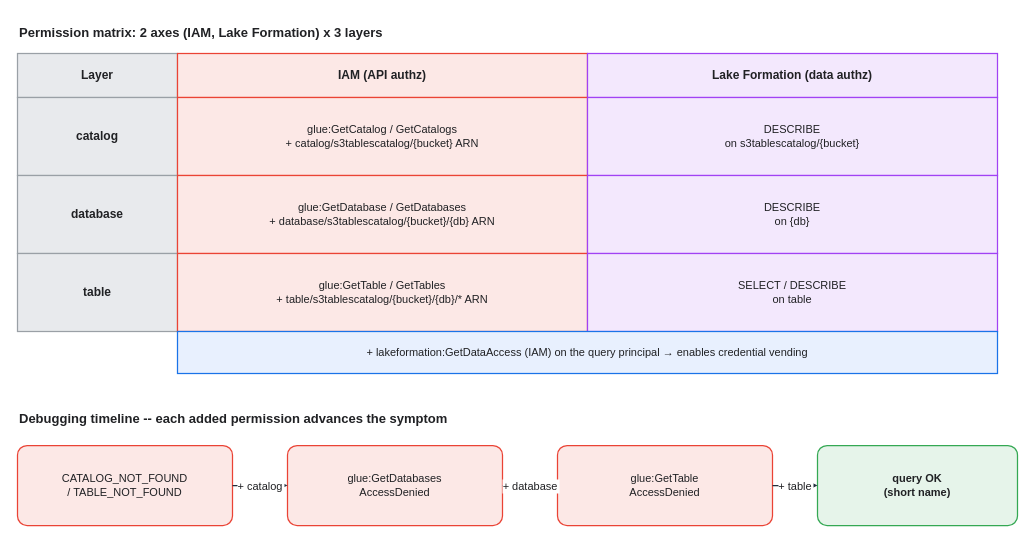
Above: assets/img/aws/analytics-stack-08-lf-permissions.drawio in KKamJi98/kkamji98.github.io (draw.io), before the change. Source tidied: cells renumbered, new cells numbered last; positions are measured from the earlier drawing's top-left corner, leaving out a move shared by most shapes. Both pictures are drawn from the tidied source at 100%, with x=0, y=0 at pixel (17, 17).
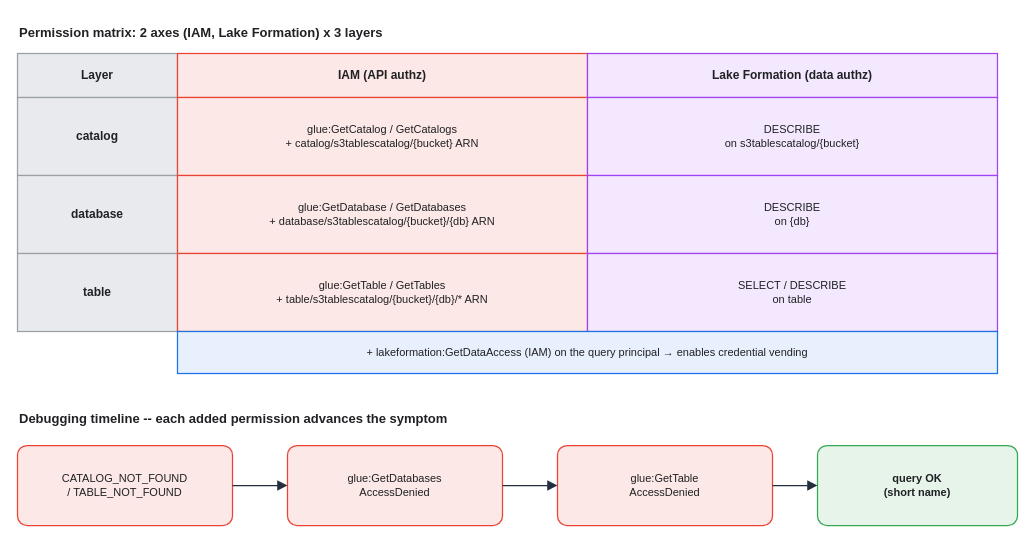
Above is the later version.

The change refers to these unchanged cells:
```xml
<mxCell id="17" value="CATALOG_NOT_FOUND&#10;/ TABLE_NOT_FOUND" style="rounded=1;whiteSpace=wrap;html=0;arcSize=12;shadow=0;fillColor=#FCE8E6;strokeColor=#EA4335;fontColor=#202124;fontSize=11;strokeWidth=1.25;" parent="1" vertex="1">
  <mxGeometry y="428" width="215" height="80" as="geometry" />
</mxCell>
<mxCell id="18" value="glue:GetDatabases&#10;AccessDenied" style="rounded=1;whiteSpace=wrap;html=0;arcSize=12;shadow=0;fillColor=#FCE8E6;strokeColor=#EA4335;fontColor=#202124;fontSize=11;strokeWidth=1.25;" parent="1" vertex="1">
  <mxGeometry x="270" y="428" width="215" height="80" as="geometry" />
</mxCell>
<mxCell id="19" value="glue:GetTable&#10;AccessDenied" style="rounded=1;whiteSpace=wrap;html=0;arcSize=12;shadow=0;fillColor=#FCE8E6;strokeColor=#EA4335;fontColor=#202124;fontSize=11;strokeWidth=1.25;" parent="1" vertex="1">
  <mxGeometry x="540" y="428" width="215" height="80" as="geometry" />
</mxCell>
<mxCell id="20" value="query OK&#10;(short name)" style="rounded=1;whiteSpace=wrap;html=0;arcSize=12;shadow=0;fillColor=#E6F4EA;strokeColor=#34A853;fontColor=#202124;fontStyle=1;fontSize=11;strokeWidth=1.25;" parent="1" vertex="1">
  <mxGeometry x="800" y="428" width="200" height="80" as="geometry" />
</mxCell>
```

The edit, as a diff of the source:
```diff
@@
-    <mxCell id="21" value="+ catalog" style="edgeStyle=orthogonalEdgeStyle;rounded=1;html=0;fontColor=#202124;strokeColor=#232F3E;labelBackgroundColor=#FFFFFF;endArrow=block;exitX=1;exitY=0.5;exitDx=0;exitDy=0;entryX=0;entryY=0.5;entryDx=0;entryDy=0;strokeWidth=1.25;endSize=7;" parent="1" edge="1" source="17" target="18">
+    <mxCell id="21" style="edgeStyle=orthogonalEdgeStyle;rounded=1;html=0;fontColor=#202124;strokeColor=#232F3E;labelBackgroundColor=none;endArrow=block;exitX=1;exitY=0.5;exitDx=0;exitDy=0;entryX=0;entryY=0.5;entryDx=0;entryDy=0;strokeWidth=1.25;endSize=7;" parent="1" edge="1" source="17" target="18">
       <mxGeometry relative="1" as="geometry" />
     </mxCell>
-    <mxCell id="22" value="+ database" style="edgeStyle=orthogonalEdgeStyle;rounded=1;html=0;fontColor=#202124;strokeColor=#232F3E;labelBackgroundColor=#FFFFFF;endArrow=block;exitX=1;exitY=0.5;exitDx=0;exitDy=0;entryX=0;entryY=0.5;entryDx=0;entryDy=0;strokeWidth=1.25;endSize=7;" parent="1" edge="1" source="18" target="19">
+    <mxCell id="22" style="edgeStyle=orthogonalEdgeStyle;rounded=1;html=0;fontColor=#202124;strokeColor=#232F3E;labelBackgroundColor=none;endArrow=block;exitX=1;exitY=0.5;exitDx=0;exitDy=0;entryX=0;entryY=0.5;entryDx=0;entryDy=0;strokeWidth=1.25;endSize=7;" parent="1" edge="1" source="18" target="19">
       <mxGeometry relative="1" as="geometry" />
     </mxCell>
-    <mxCell id="23" value="+ table" style="edgeStyle=orthogonalEdgeStyle;rounded=1;html=0;fontColor=#202124;strokeColor=#232F3E;labelBackgroundColor=#FFFFFF;endArrow=block;exitX=1;exitY=0.5;exitDx=0;exitDy=0;entryX=0;entryY=0.5;entryDx=0;entryDy=0;strokeWidth=1.25;endSize=7;" parent="1" edge="1" source="19" target="20">
+    <mxCell id="23" style="edgeStyle=orthogonalEdgeStyle;rounded=1;html=0;fontColor=#202124;strokeColor=#232F3E;labelBackgroundColor=none;endArrow=block;exitX=1;exitY=0.5;exitDx=0;exitDy=0;entryX=0;entryY=0.5;entryDx=0;entryDy=0;strokeWidth=1.25;endSize=7;" parent="1" edge="1" source="19" target="20">
       <mxGeometry relative="1" as="geometry" />
     </mxCell>
```
